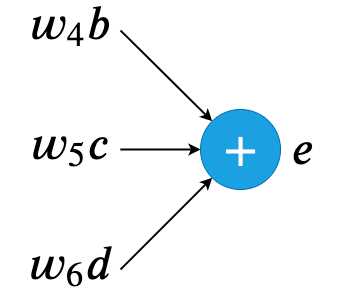
This is img/2-understanding-computation-graph-and-autograd-simple-sum.png from peiyaoli/images-repo, a draw.io export, as it was before one commit. Source tidied: cells renumbered, new cells last; positions are measured from the earlier drawing's top-left corner, leaving out a move shared by most shapes.
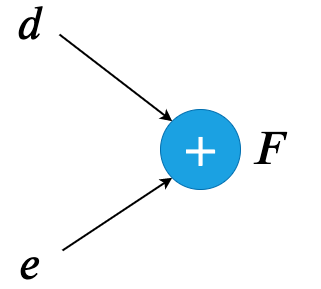
After the commit.

What changed in the source:
```diff
@@ -2,35 +2,23 @@
   <root>
     <mxCell id="0" />
     <mxCell id="1" parent="0" />
-    <mxCell id="2" style="edgeStyle=none;rounded=0;jettySize=auto;html=1;entryX=0;entryY=0;entryDx=0;entryDy=0;strokeWidth=2;" parent="1" edge="1" target="5">
-      <mxGeometry relative="1" as="geometry">
-        <mxPoint x="120" y="21" as="sourcePoint" />
-      </mxGeometry>
+    <mxCell id="2" style="edgeStyle=none;rounded=0;jettySize=auto;html=1;entryX=0;entryY=0;entryDx=0;entryDy=0;strokeWidth=2;exitX=0.983;exitY=0.833;exitDx=0;exitDy=0;exitPerimeter=0;" parent="1" edge="1" source="7" target="5">
+      <mxGeometry relative="1" as="geometry" />
     </mxCell>
-    <mxCell id="3" style="edgeStyle=none;rounded=0;jettySize=auto;html=1;strokeWidth=2;" parent="1" edge="1" target="5">
-      <mxGeometry relative="1" as="geometry">
-        <mxPoint x="120" y="140" as="sourcePoint" />
-      </mxGeometry>
-    </mxCell>
-    <mxCell id="4" style="edgeStyle=none;rounded=0;jettySize=auto;html=1;entryX=0;entryY=1;entryDx=0;entryDy=0;strokeWidth=2;" parent="1" edge="1" target="5">
-      <mxGeometry relative="1" as="geometry">
-        <mxPoint x="120" y="260" as="sourcePoint" />
-      </mxGeometry>
+    <mxCell id="4" style="edgeStyle=none;rounded=0;jettySize=auto;html=1;entryX=0;entryY=1;entryDx=0;entryDy=0;strokeWidth=2;exitX=1.033;exitY=0.033;exitDx=0;exitDy=0;exitPerimeter=0;" parent="1" edge="1" source="9" target="5">
+      <mxGeometry relative="1" as="geometry" />
     </mxCell>
     <mxCell id="5" value="&lt;font style=&quot;font-size: 40px&quot;&gt;`+`&lt;/font&gt;" style="ellipse;whiteSpace=wrap;html=1;fillColor=#1ba1e2;strokeColor=#006EAF;fontColor=#ffffff;" parent="1" vertex="1">
       <mxGeometry x="200" y="100" width="80" height="80" as="geometry" />
     </mxCell>
-    <mxCell id="6" value="&lt;font style=&quot;font-size: 40px&quot;&gt;`e`&lt;/font&gt;" style="text;html=1;align=left;verticalAlign=middle;" parent="1" vertex="1">
-      <mxGeometry x="290" y="125" width="60" height="30" as="geometry" />
+    <mxCell id="6" value="&lt;font style=&quot;font-size: 40px&quot;&gt;`F`&lt;/font&gt;" style="text;html=1;align=left;verticalAlign=middle;" parent="1" vertex="1">
+      <mxGeometry x="290" y="125" width="70" height="30" as="geometry" />
     </mxCell>
-    <mxCell id="7" value="&lt;font style=&quot;font-size: 40px&quot;&gt;`w_4b`&lt;/font&gt;" style="text;html=1;align=center;verticalAlign=middle;points=[];" parent="1" vertex="1">
-      <mxGeometry x="20" width="100" height="30" as="geometry" />
+    <mxCell id="7" value="&lt;font style=&quot;font-size: 40px&quot;&gt;`d`&lt;/font&gt;" style="text;html=1;align=center;verticalAlign=middle;points=[];" parent="1" vertex="1">
+      <mxGeometry x="40" width="60" height="30" as="geometry" />
     </mxCell>
-    <mxCell id="8" value="&lt;font style=&quot;font-size: 40px&quot;&gt;`w_5c`&lt;/font&gt;" style="text;html=1;align=center;verticalAlign=middle;" parent="1" vertex="1">
-      <mxGeometry x="20" y="120" width="100" height="30" as="geometry" />
-    </mxCell>
-    <mxCell id="9" value="&lt;font style=&quot;font-size: 40px&quot;&gt;`w_6d`&lt;/font&gt;" style="text;html=1;align=center;verticalAlign=middle;points=[];" parent="1" vertex="1">
-      <mxGeometry y="240" width="140" height="30" as="geometry" />
+    <mxCell id="9" value="&lt;font style=&quot;font-size: 40px&quot;&gt;`e`&lt;/font&gt;" style="text;html=1;align=center;verticalAlign=middle;points=[];" parent="1" vertex="1">
+      <mxGeometry x="40" y="240" width="60" height="30" as="geometry" />
     </mxCell>
   </root>
 </mxGraphModel>
```
